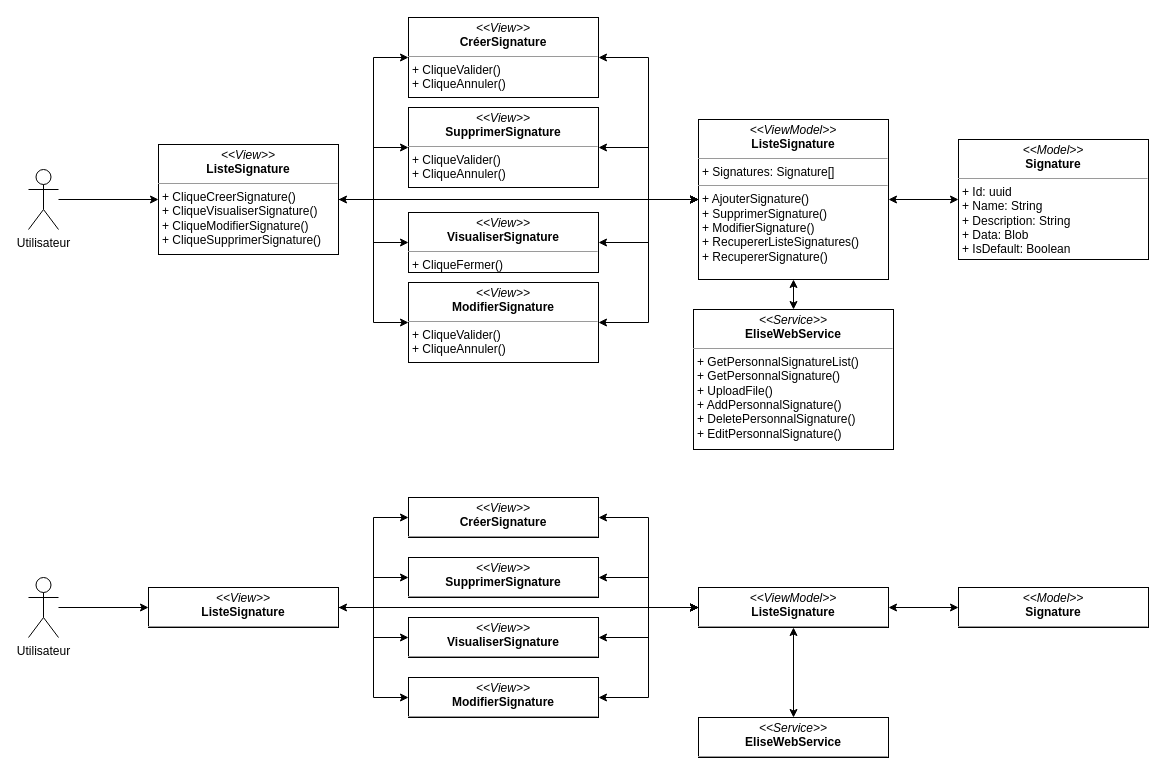
PFE-Neoledge-2023/rapport keeps this draw.io diagram as dcpSignatures.drawio. Above is the earlier version. Source tidied: cells renumbered, new cells numbered last; positions are measured from the earlier drawing's top-left corner, leaving out a move shared by most shapes. Both pictures are drawn from the tidied source at 100%, with x=0, y=0 at pixel (28, 17).
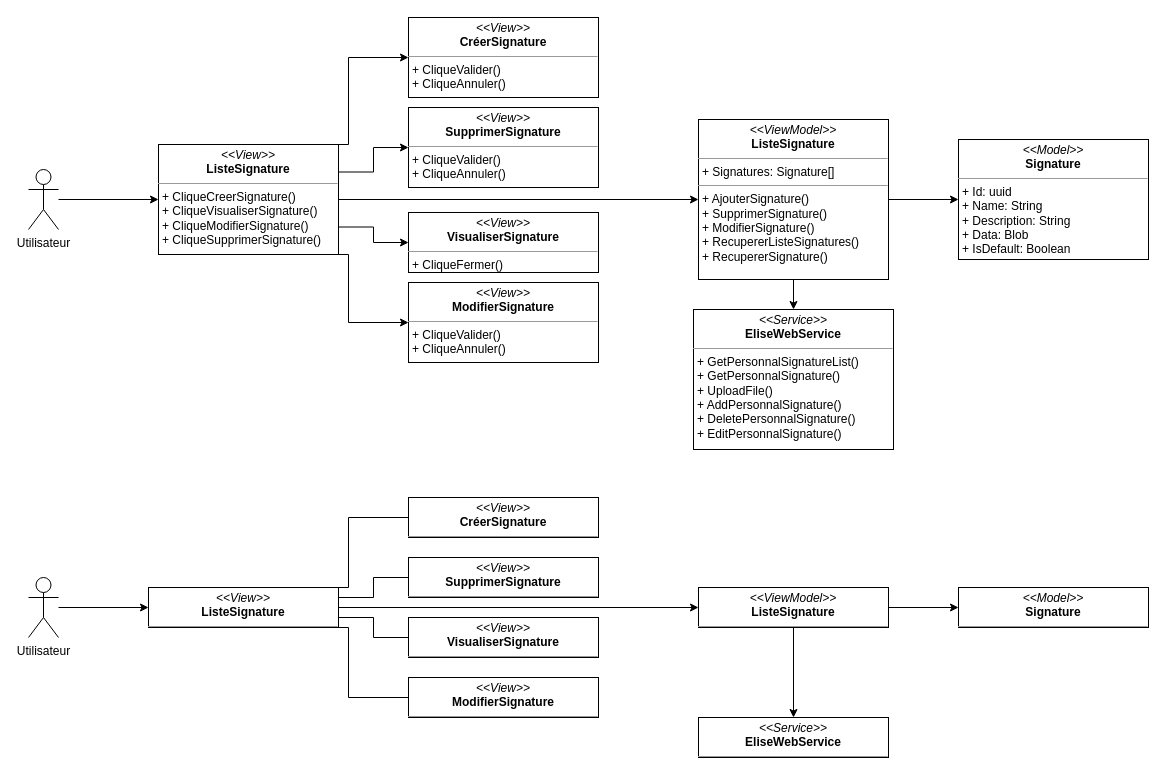
The same page after the edit.

The change refers to these unchanged cells:
```xml
<mxCell id="9" value="&lt;p style=&quot;margin:0px;margin-top:4px;text-align:center;&quot;&gt;&lt;i&gt;&amp;lt;&amp;lt;View&amp;gt;&amp;gt;&lt;/i&gt;&lt;br&gt;&lt;b&gt;ListeSignature&lt;/b&gt;&lt;/p&gt;&lt;hr style=&quot;border-color: var(--border-color);&quot; size=&quot;1&quot;&gt;&lt;p style=&quot;border-color: var(--border-color); margin: 0px 0px 0px 4px;&quot;&gt;+ CliqueCreerSignature()&lt;/p&gt;&lt;p style=&quot;border-color: var(--border-color); margin: 0px 0px 0px 4px;&quot;&gt;+ CliqueVisualiserSignature()&lt;/p&gt;&lt;p style=&quot;border-color: var(--border-color); margin: 0px 0px 0px 4px;&quot;&gt;+ CliqueModifierSignature()&lt;/p&gt;&lt;p style=&quot;border-color: var(--border-color); margin: 0px 0px 0px 4px;&quot;&gt;+ CliqueSupprimerSignature()&lt;/p&gt;" style="verticalAlign=top;align=left;overflow=fill;fontSize=12;fontFamily=Helvetica;html=1;whiteSpace=wrap;" parent="1" vertex="1">
  <mxGeometry x="130" y="127" width="180" height="110" as="geometry" />
</mxCell>
<mxCell id="11" value="&lt;p style=&quot;margin:0px;margin-top:4px;text-align:center;&quot;&gt;&lt;i&gt;&amp;lt;&amp;lt;ViewModel&amp;gt;&amp;gt;&lt;/i&gt;&lt;br&gt;&lt;b&gt;ListeSignature&lt;/b&gt;&lt;/p&gt;&lt;hr size=&quot;1&quot;&gt;&lt;p style=&quot;margin:0px;margin-left:4px;&quot;&gt;+ Signatures: Signature[]&lt;br&gt;&lt;/p&gt;&lt;hr size=&quot;1&quot;&gt;&lt;p style=&quot;margin:0px;margin-left:4px;&quot;&gt;+ AjouterSignature()&lt;/p&gt;&lt;p style=&quot;margin:0px;margin-left:4px;&quot;&gt;+ SupprimerSignature()&lt;/p&gt;&lt;p style=&quot;margin:0px;margin-left:4px;&quot;&gt;+ ModifierSignature()&lt;/p&gt;&lt;p style=&quot;margin:0px;margin-left:4px;&quot;&gt;+ RecupererListeSignatures()&lt;/p&gt;&lt;p style=&quot;margin:0px;margin-left:4px;&quot;&gt;+ RecupererSignature()&lt;/p&gt;" style="verticalAlign=top;align=left;overflow=fill;fontSize=12;fontFamily=Helvetica;html=1;whiteSpace=wrap;" parent="1" vertex="1">
  <mxGeometry x="670" y="102" width="190" height="160" as="geometry" />
</mxCell>
<mxCell id="13" value="&lt;p style=&quot;margin:0px;margin-top:4px;text-align:center;&quot;&gt;&lt;i&gt;&amp;lt;&amp;lt;View&amp;gt;&amp;gt;&lt;/i&gt;&lt;br&gt;&lt;b&gt;CréerSignature&lt;/b&gt;&lt;/p&gt;&lt;hr size=&quot;1&quot;&gt;&lt;p style=&quot;margin:0px;margin-left:4px;&quot;&gt;&lt;/p&gt;&lt;p style=&quot;margin:0px;margin-left:4px;&quot;&gt;+ CliqueValider()&lt;/p&gt;&lt;p style=&quot;margin:0px;margin-left:4px;&quot;&gt;+ CliqueAnnuler()&lt;/p&gt;" style="verticalAlign=top;align=left;overflow=fill;fontSize=12;fontFamily=Helvetica;html=1;whiteSpace=wrap;" parent="1" vertex="1">
  <mxGeometry x="380" width="190" height="80" as="geometry" />
</mxCell>
<mxCell id="15" value="&lt;p style=&quot;margin:0px;margin-top:4px;text-align:center;&quot;&gt;&lt;i&gt;&amp;lt;&amp;lt;View&amp;gt;&amp;gt;&lt;/i&gt;&lt;br&gt;&lt;b&gt;ModifierSignature&lt;/b&gt;&lt;/p&gt;&lt;hr size=&quot;1&quot;&gt;&lt;p style=&quot;margin:0px;margin-left:4px;&quot;&gt;&lt;/p&gt;&lt;p style=&quot;border-color: var(--border-color); margin: 0px 0px 0px 4px;&quot;&gt;+ CliqueValider()&lt;/p&gt;&lt;p style=&quot;border-color: var(--border-color); margin: 0px 0px 0px 4px;&quot;&gt;+ CliqueAnnuler()&lt;/p&gt;" style="verticalAlign=top;align=left;overflow=fill;fontSize=12;fontFamily=Helvetica;html=1;whiteSpace=wrap;" parent="1" vertex="1">
  <mxGeometry x="380" y="265" width="190" height="80" as="geometry" />
</mxCell>
<mxCell id="17" value="&lt;p style=&quot;margin:0px;margin-top:4px;text-align:center;&quot;&gt;&lt;i&gt;&amp;lt;&amp;lt;View&amp;gt;&amp;gt;&lt;/i&gt;&lt;br&gt;&lt;b&gt;SupprimerSignature&lt;/b&gt;&lt;/p&gt;&lt;hr size=&quot;1&quot;&gt;&lt;p style=&quot;margin:0px;margin-left:4px;&quot;&gt;&lt;/p&gt;&lt;p style=&quot;border-color: var(--border-color); margin: 0px 0px 0px 4px;&quot;&gt;+ CliqueValider()&lt;/p&gt;&lt;p style=&quot;border-color: var(--border-color); margin: 0px 0px 0px 4px;&quot;&gt;+ CliqueAnnuler()&lt;/p&gt;" style="verticalAlign=top;align=left;overflow=fill;fontSize=12;fontFamily=Helvetica;html=1;whiteSpace=wrap;" parent="1" vertex="1">
  <mxGeometry x="380" y="90" width="190" height="80" as="geometry" />
</mxCell>
<mxCell id="19" value="&lt;p style=&quot;margin:0px;margin-top:4px;text-align:center;&quot;&gt;&lt;i&gt;&amp;lt;&amp;lt;View&amp;gt;&amp;gt;&lt;/i&gt;&lt;br&gt;&lt;b&gt;VisualiserSignature&lt;/b&gt;&lt;/p&gt;&lt;hr size=&quot;1&quot;&gt;&lt;p style=&quot;margin:0px;margin-left:4px;&quot;&gt;&lt;/p&gt;&lt;p style=&quot;border-color: var(--border-color); margin: 0px 0px 0px 4px;&quot;&gt;+ CliqueFermer()&lt;/p&gt;" style="verticalAlign=top;align=left;overflow=fill;fontSize=12;fontFamily=Helvetica;html=1;whiteSpace=wrap;" parent="1" vertex="1">
  <mxGeometry x="380" y="195" width="190" height="60" as="geometry" />
</mxCell>
<mxCell id="20" value="&lt;p style=&quot;margin:0px;margin-top:4px;text-align:center;&quot;&gt;&lt;i&gt;&amp;lt;&amp;lt;Model&amp;gt;&amp;gt;&lt;/i&gt;&lt;br&gt;&lt;b&gt;Signature&lt;/b&gt;&lt;/p&gt;&lt;hr size=&quot;1&quot;&gt;&lt;p style=&quot;margin:0px;margin-left:4px;&quot;&gt;+ Id: uuid&lt;br&gt;&lt;/p&gt;&lt;p style=&quot;margin:0px;margin-left:4px;&quot;&gt;+ Name: String&lt;/p&gt;&lt;p style=&quot;margin:0px;margin-left:4px;&quot;&gt;+ Description: String&lt;/p&gt;&lt;p style=&quot;margin:0px;margin-left:4px;&quot;&gt;+ Data: Blob&lt;/p&gt;&lt;p style=&quot;margin:0px;margin-left:4px;&quot;&gt;+ IsDefault: Boolean&lt;/p&gt;" style="verticalAlign=top;align=left;overflow=fill;fontSize=12;fontFamily=Helvetica;html=1;whiteSpace=wrap;" parent="1" vertex="1">
  <mxGeometry x="930" y="122" width="190" height="120" as="geometry" />
</mxCell>
<mxCell id="22" value="&lt;p style=&quot;margin:0px;margin-top:4px;text-align:center;&quot;&gt;&lt;i&gt;&amp;lt;&amp;lt;Service&amp;gt;&amp;gt;&lt;/i&gt;&lt;br&gt;&lt;b&gt;EliseWebService&lt;/b&gt;&lt;/p&gt;&lt;hr size=&quot;1&quot;&gt;&lt;p style=&quot;margin:0px;margin-left:4px;&quot;&gt;&lt;/p&gt;&lt;p style=&quot;margin:0px;margin-left:4px;&quot;&gt;+ GetPersonnalSignatureList()&lt;/p&gt;&lt;p style=&quot;margin:0px;margin-left:4px;&quot;&gt;+ GetPersonnalSignature()&lt;/p&gt;&lt;p style=&quot;margin:0px;margin-left:4px;&quot;&gt;+ UploadFile()&lt;/p&gt;&lt;p style=&quot;margin:0px;margin-left:4px;&quot;&gt;+ AddPersonnalSignature()&lt;/p&gt;&lt;p style=&quot;margin:0px;margin-left:4px;&quot;&gt;+ DeletePersonnalSignature()&lt;/p&gt;&lt;p style=&quot;margin:0px;margin-left:4px;&quot;&gt;+ EditPersonnalSignature()&lt;br&gt;&lt;/p&gt;" style="verticalAlign=top;align=left;overflow=fill;fontSize=12;fontFamily=Helvetica;html=1;whiteSpace=wrap;" parent="1" vertex="1">
  <mxGeometry x="665" y="292" width="200" height="140" as="geometry" />
</mxCell>
<mxCell id="30" value="&lt;p style=&quot;margin:0px;margin-top:4px;text-align:center;&quot;&gt;&lt;i&gt;&amp;lt;&amp;lt;View&amp;gt;&amp;gt;&lt;/i&gt;&lt;br&gt;&lt;b&gt;ListeSignature&lt;/b&gt;&lt;/p&gt;&lt;hr size=&quot;1&quot;&gt;&lt;p style=&quot;margin:0px;margin-left:4px;&quot;&gt;&lt;/p&gt;&lt;p style=&quot;margin:0px;margin-left:4px;&quot;&gt;&lt;br&gt;&lt;/p&gt;" style="verticalAlign=top;align=left;overflow=fill;fontSize=12;fontFamily=Helvetica;html=1;whiteSpace=wrap;" parent="1" vertex="1">
  <mxGeometry x="120" y="570" width="190" height="40" as="geometry" />
</mxCell>
<mxCell id="32" value="&lt;p style=&quot;margin:0px;margin-top:4px;text-align:center;&quot;&gt;&lt;i&gt;&amp;lt;&amp;lt;ViewModel&amp;gt;&amp;gt;&lt;/i&gt;&lt;br&gt;&lt;b&gt;ListeSignature&lt;/b&gt;&lt;/p&gt;&lt;hr size=&quot;1&quot;&gt;&lt;p style=&quot;margin:0px;margin-left:4px;&quot;&gt;&lt;br&gt;&lt;/p&gt;" style="verticalAlign=top;align=left;overflow=fill;fontSize=12;fontFamily=Helvetica;html=1;whiteSpace=wrap;" parent="1" vertex="1">
  <mxGeometry x="670" y="570" width="190" height="40" as="geometry" />
</mxCell>
<mxCell id="34" value="&lt;p style=&quot;margin:0px;margin-top:4px;text-align:center;&quot;&gt;&lt;i&gt;&amp;lt;&amp;lt;View&amp;gt;&amp;gt;&lt;/i&gt;&lt;br&gt;&lt;b&gt;CréerSignature&lt;/b&gt;&lt;/p&gt;&lt;hr size=&quot;1&quot;&gt;&lt;p style=&quot;margin:0px;margin-left:4px;&quot;&gt;&lt;/p&gt;&lt;p style=&quot;margin:0px;margin-left:4px;&quot;&gt;&lt;br&gt;&lt;/p&gt;" style="verticalAlign=top;align=left;overflow=fill;fontSize=12;fontFamily=Helvetica;html=1;whiteSpace=wrap;" parent="1" vertex="1">
  <mxGeometry x="380" y="480" width="190" height="40" as="geometry" />
</mxCell>
<mxCell id="36" value="&lt;p style=&quot;margin:0px;margin-top:4px;text-align:center;&quot;&gt;&lt;i&gt;&amp;lt;&amp;lt;View&amp;gt;&amp;gt;&lt;/i&gt;&lt;br&gt;&lt;b&gt;ModifierSignature&lt;/b&gt;&lt;/p&gt;&lt;hr size=&quot;1&quot;&gt;&lt;p style=&quot;margin:0px;margin-left:4px;&quot;&gt;&lt;/p&gt;&lt;p style=&quot;margin:0px;margin-left:4px;&quot;&gt;&lt;br&gt;&lt;/p&gt;" style="verticalAlign=top;align=left;overflow=fill;fontSize=12;fontFamily=Helvetica;html=1;whiteSpace=wrap;" parent="1" vertex="1">
  <mxGeometry x="380" y="660" width="190" height="40" as="geometry" />
</mxCell>
<mxCell id="38" value="&lt;p style=&quot;margin:0px;margin-top:4px;text-align:center;&quot;&gt;&lt;i&gt;&amp;lt;&amp;lt;View&amp;gt;&amp;gt;&lt;/i&gt;&lt;br&gt;&lt;b&gt;SupprimerSignature&lt;/b&gt;&lt;/p&gt;&lt;hr size=&quot;1&quot;&gt;&lt;p style=&quot;margin:0px;margin-left:4px;&quot;&gt;&lt;/p&gt;&lt;p style=&quot;margin:0px;margin-left:4px;&quot;&gt;&lt;br&gt;&lt;/p&gt;" style="verticalAlign=top;align=left;overflow=fill;fontSize=12;fontFamily=Helvetica;html=1;whiteSpace=wrap;" parent="1" vertex="1">
  <mxGeometry x="380" y="540" width="190" height="40" as="geometry" />
</mxCell>
<mxCell id="40" value="&lt;p style=&quot;margin:0px;margin-top:4px;text-align:center;&quot;&gt;&lt;i&gt;&amp;lt;&amp;lt;View&amp;gt;&amp;gt;&lt;/i&gt;&lt;br&gt;&lt;b&gt;VisualiserSignature&lt;/b&gt;&lt;/p&gt;&lt;hr size=&quot;1&quot;&gt;&lt;p style=&quot;margin:0px;margin-left:4px;&quot;&gt;&lt;/p&gt;&lt;p style=&quot;margin:0px;margin-left:4px;&quot;&gt;&lt;br&gt;&lt;/p&gt;" style="verticalAlign=top;align=left;overflow=fill;fontSize=12;fontFamily=Helvetica;html=1;whiteSpace=wrap;" parent="1" vertex="1">
  <mxGeometry x="380" y="600" width="190" height="40" as="geometry" />
</mxCell>
<mxCell id="41" value="&lt;p style=&quot;margin:0px;margin-top:4px;text-align:center;&quot;&gt;&lt;i&gt;&amp;lt;&amp;lt;Model&amp;gt;&amp;gt;&lt;/i&gt;&lt;br&gt;&lt;b&gt;Signature&lt;/b&gt;&lt;/p&gt;&lt;hr size=&quot;1&quot;&gt;&lt;p style=&quot;margin:0px;margin-left:4px;&quot;&gt;&lt;br&gt;&lt;/p&gt;" style="verticalAlign=top;align=left;overflow=fill;fontSize=12;fontFamily=Helvetica;html=1;whiteSpace=wrap;" parent="1" vertex="1">
  <mxGeometry x="930" y="570" width="190" height="40" as="geometry" />
</mxCell>
<mxCell id="43" value="&lt;p style=&quot;margin:0px;margin-top:4px;text-align:center;&quot;&gt;&lt;i&gt;&amp;lt;&amp;lt;Service&amp;gt;&amp;gt;&lt;/i&gt;&lt;br&gt;&lt;b&gt;EliseWebService&lt;/b&gt;&lt;/p&gt;&lt;hr size=&quot;1&quot;&gt;&lt;p style=&quot;margin:0px;margin-left:4px;&quot;&gt;&lt;/p&gt;&lt;p style=&quot;margin:0px;margin-left:4px;&quot;&gt;&lt;br&gt;&lt;/p&gt;" style="verticalAlign=top;align=left;overflow=fill;fontSize=12;fontFamily=Helvetica;html=1;whiteSpace=wrap;" parent="1" vertex="1">
  <mxGeometry x="670" y="700" width="190" height="40" as="geometry" />
</mxCell>
```

Change to the diagram source:
```diff
@@
+    <mxCell id="8" style="edgeStyle=orthogonalEdgeStyle;rounded=0;jettySize=auto;html=1;entryX=0;entryY=0.5;entryDx=0;entryDy=0;startArrow=none;startFill=0;" parent="1" edge="1" source="9" target="11">
+      <mxGeometry relative="1" as="geometry" />
+    </mxCell>
+    <mxCell id="5" style="edgeStyle=orthogonalEdgeStyle;html=1;exitX=1;exitY=0.25;exitDx=0;exitDy=0;entryX=0;entryY=0.5;entryDx=0;entryDy=0;startArrow=none;startFill=0;endArrow=classic;endFill=1;rounded=0;" parent="1" edge="1" source="9" target="17">
+      <mxGeometry relative="1" as="geometry" />
+    </mxCell>
-    <mxCell id="4" style="edgeStyle=orthogonalEdgeStyle;rounded=0;jettySize=auto;html=1;entryX=0;entryY=0.5;entryDx=0;entryDy=0;" parent="1" edge="1" source="9" target="13">
-      <mxGeometry relative="1" as="geometry" />
+    <mxCell id="4" style="edgeStyle=orthogonalEdgeStyle;rounded=0;html=1;exitX=1;exitY=0;exitDx=0;exitDy=0;entryX=0;entryY=0.5;entryDx=0;entryDy=0;startArrow=none;startFill=0;endArrow=classic;endFill=1;" parent="1" edge="1" source="9" target="13">
+      <mxGeometry relative="1" as="geometry">
+        <Array as="points">
+          <mxPoint x="320" y="127" />
+          <mxPoint x="320" y="40" />
+        </Array>
+      </mxGeometry>
     </mxCell>
-    <mxCell id="5" style="edgeStyle=orthogonalEdgeStyle;rounded=0;jettySize=auto;html=1;entryX=0;entryY=0.5;entryDx=0;entryDy=0;" parent="1" edge="1" source="9" target="17">
-      <mxGeometry relative="1" as="geometry" />
-    </mxCell>
-    <mxCell id="6" style="edgeStyle=orthogonalEdgeStyle;rounded=0;jettySize=auto;html=1;entryX=0;entryY=0.5;entryDx=0;entryDy=0;" parent="1" edge="1" source="9" target="19">
+    <mxCell id="6" style="edgeStyle=orthogonalEdgeStyle;rounded=0;html=1;exitX=1;exitY=0.75;exitDx=0;exitDy=0;entryX=0;entryY=0.5;entryDx=0;entryDy=0;startArrow=none;startFill=0;endArrow=classic;endFill=1;" parent="1" edge="1" source="9" target="19">
       <mxGeometry relative="1" as="geometry" />
     </mxCell>
-    <mxCell id="7" style="edgeStyle=orthogonalEdgeStyle;rounded=0;jettySize=auto;html=1;entryX=0;entryY=0.5;entryDx=0;entryDy=0;" parent="1" edge="1" source="9" target="15">
-      <mxGeometry relative="1" as="geometry" />
+    <mxCell id="7" style="edgeStyle=orthogonalEdgeStyle;rounded=0;html=1;exitX=1;exitY=1;exitDx=0;exitDy=0;entryX=0;entryY=0.5;entryDx=0;entryDy=0;startArrow=none;startFill=0;endArrow=classic;endFill=1;" parent="1" edge="1" source="9" target="15">
+      <mxGeometry relative="1" as="geometry">
+        <Array as="points">
+          <mxPoint x="320" y="237" />
+          <mxPoint x="320" y="305" />
+        </Array>
+      </mxGeometry>
     </mxCell>
-    <mxCell id="8" style="edgeStyle=orthogonalEdgeStyle;rounded=0;jettySize=auto;html=1;entryX=0;entryY=0.5;entryDx=0;entryDy=0;startArrow=classic;startFill=1;" parent="1" edge="1" source="9" target="11">
-      <mxGeometry relative="1" as="geometry" />
-    </mxCell>
@@
-    <mxCell id="10" style="edgeStyle=orthogonalEdgeStyle;rounded=0;jettySize=auto;html=1;startArrow=classic;startFill=1;" parent="1" edge="1" source="11" target="20">
+    <mxCell id="10" style="edgeStyle=orthogonalEdgeStyle;rounded=0;jettySize=auto;html=1;startArrow=none;startFill=0;" parent="1" edge="1" source="11" target="20">
       <mxGeometry relative="1" as="geometry" />
     </mxCell>
@@
-    <mxCell id="12" style="edgeStyle=orthogonalEdgeStyle;rounded=0;jettySize=auto;html=1;entryX=0;entryY=0.5;entryDx=0;entryDy=0;startArrow=classic;startFill=1;" parent="1" edge="1" source="13" target="11">
-      <mxGeometry relative="1" as="geometry" />
-    </mxCell>
@@
-    <mxCell id="14" style="edgeStyle=orthogonalEdgeStyle;rounded=0;jettySize=auto;html=1;entryX=0;entryY=0.5;entryDx=0;entryDy=0;startArrow=classic;startFill=1;" parent="1" edge="1" source="15" target="11">
-      <mxGeometry relative="1" as="geometry" />
-    </mxCell>
@@
-    <mxCell id="16" style="edgeStyle=orthogonalEdgeStyle;rounded=0;jettySize=auto;html=1;entryX=0;entryY=0.5;entryDx=0;entryDy=0;startArrow=classic;startFill=1;" parent="1" edge="1" source="17" target="11">
-      <mxGeometry relative="1" as="geometry" />
-    </mxCell>
@@
-    <mxCell id="18" style="edgeStyle=orthogonalEdgeStyle;rounded=0;jettySize=auto;html=1;entryX=0;entryY=0.5;entryDx=0;entryDy=0;startArrow=classic;startFill=1;" parent="1" edge="1" source="19" target="11">
-      <mxGeometry relative="1" as="geometry" />
-    </mxCell>
@@
-    <mxCell id="21" style="edgeStyle=orthogonalEdgeStyle;rounded=0;jettySize=auto;html=1;entryX=0.5;entryY=1;entryDx=0;entryDy=0;startArrow=classic;startFill=1;" parent="1" edge="1" source="22" target="11">
+    <mxCell id="21" style="edgeStyle=orthogonalEdgeStyle;rounded=0;jettySize=auto;html=1;entryX=0.5;entryY=1;entryDx=0;entryDy=0;startArrow=classic;startFill=1;endArrow=none;endFill=0;" parent="1" edge="1" source="22" target="11">
       <mxGeometry relative="1" as="geometry" />
     </mxCell>
@@
+    <mxCell id="29" style="edgeStyle=orthogonalEdgeStyle;rounded=0;jettySize=auto;html=1;entryX=0;entryY=0.5;entryDx=0;entryDy=0;startArrow=none;startFill=0;" parent="1" edge="1" source="30" target="32">
+      <mxGeometry relative="1" as="geometry" />
+    </mxCell>
-    <mxCell id="25" style="edgeStyle=orthogonalEdgeStyle;rounded=0;jettySize=auto;html=1;entryX=0;entryY=0.5;entryDx=0;entryDy=0;" parent="1" edge="1" source="30" target="34">
-      <mxGeometry relative="1" as="geometry" />
+    <mxCell id="25" style="edgeStyle=orthogonalEdgeStyle;rounded=0;html=1;exitX=1;exitY=0;exitDx=0;exitDy=0;entryX=0;entryY=0.5;entryDx=0;entryDy=0;startArrow=none;startFill=0;endArrow=none;endFill=0;" parent="1" edge="1" source="30" target="34">
+      <mxGeometry relative="1" as="geometry">
+        <Array as="points">
+          <mxPoint x="320" y="570" />
+          <mxPoint x="320" y="500" />
+        </Array>
+      </mxGeometry>
     </mxCell>
-    <mxCell id="26" style="edgeStyle=orthogonalEdgeStyle;rounded=0;jettySize=auto;html=1;entryX=0;entryY=0.5;entryDx=0;entryDy=0;" parent="1" edge="1" source="30" target="38">
+    <mxCell id="26" style="edgeStyle=orthogonalEdgeStyle;rounded=0;html=1;exitX=1;exitY=0.25;exitDx=0;exitDy=0;entryX=0;entryY=0.5;entryDx=0;entryDy=0;startArrow=none;startFill=0;endArrow=none;endFill=0;" parent="1" edge="1" source="30" target="38">
       <mxGeometry relative="1" as="geometry" />
     </mxCell>
-    <mxCell id="27" style="edgeStyle=orthogonalEdgeStyle;rounded=0;jettySize=auto;html=1;entryX=0;entryY=0.5;entryDx=0;entryDy=0;" parent="1" edge="1" source="30" target="40">
+    <mxCell id="27" style="edgeStyle=orthogonalEdgeStyle;rounded=0;html=1;exitX=1;exitY=0.75;exitDx=0;exitDy=0;entryX=0;entryY=0.5;entryDx=0;entryDy=0;startArrow=none;startFill=0;endArrow=none;endFill=0;" parent="1" edge="1" source="30" target="40">
       <mxGeometry relative="1" as="geometry" />
     </mxCell>
-    <mxCell id="28" style="edgeStyle=orthogonalEdgeStyle;rounded=0;jettySize=auto;html=1;entryX=0;entryY=0.5;entryDx=0;entryDy=0;" parent="1" edge="1" source="30" target="36">
-      <mxGeometry relative="1" as="geometry" />
+    <mxCell id="28" style="edgeStyle=orthogonalEdgeStyle;rounded=0;html=1;exitX=1;exitY=1;exitDx=0;exitDy=0;entryX=0;entryY=0.5;entryDx=0;entryDy=0;startArrow=none;startFill=0;endArrow=none;endFill=0;" parent="1" edge="1" source="30" target="36">
+      <mxGeometry relative="1" as="geometry">
+        <Array as="points">
+          <mxPoint x="320" y="610" />
+          <mxPoint x="320" y="680" />
+        </Array>
+      </mxGeometry>
     </mxCell>
-    <mxCell id="29" style="edgeStyle=orthogonalEdgeStyle;rounded=0;jettySize=auto;html=1;entryX=0;entryY=0.5;entryDx=0;entryDy=0;startArrow=classic;startFill=1;" parent="1" edge="1" source="30" target="32">
-      <mxGeometry relative="1" as="geometry" />
-    </mxCell>
@@
-    <mxCell id="31" style="edgeStyle=orthogonalEdgeStyle;rounded=0;jettySize=auto;html=1;startArrow=classic;startFill=1;" parent="1" edge="1" source="32" target="41">
+    <mxCell id="31" style="edgeStyle=orthogonalEdgeStyle;rounded=0;jettySize=auto;html=1;startArrow=none;startFill=0;" parent="1" edge="1" source="32" target="41">
       <mxGeometry relative="1" as="geometry" />
     </mxCell>
@@
-    <mxCell id="33" style="edgeStyle=orthogonalEdgeStyle;rounded=0;jettySize=auto;html=1;entryX=0;entryY=0.5;entryDx=0;entryDy=0;startArrow=classic;startFill=1;" parent="1" edge="1" source="34" target="32">
-      <mxGeometry relative="1" as="geometry" />
-    </mxCell>
@@
-    <mxCell id="35" style="edgeStyle=orthogonalEdgeStyle;rounded=0;jettySize=auto;html=1;entryX=0;entryY=0.5;entryDx=0;entryDy=0;startArrow=classic;startFill=1;" parent="1" edge="1" source="36" target="32">
-      <mxGeometry relative="1" as="geometry" />
-    </mxCell>
@@
-    <mxCell id="37" style="edgeStyle=orthogonalEdgeStyle;rounded=0;jettySize=auto;html=1;entryX=0;entryY=0.5;entryDx=0;entryDy=0;startArrow=classic;startFill=1;" parent="1" edge="1" source="38" target="32">
-      <mxGeometry relative="1" as="geometry" />
-    </mxCell>
@@
-    <mxCell id="39" style="edgeStyle=orthogonalEdgeStyle;rounded=0;jettySize=auto;html=1;entryX=0;entryY=0.5;entryDx=0;entryDy=0;startArrow=classic;startFill=1;" parent="1" edge="1" source="40" target="32">
-      <mxGeometry relative="1" as="geometry" />
-    </mxCell>
@@
-    <mxCell id="42" style="edgeStyle=orthogonalEdgeStyle;rounded=0;jettySize=auto;html=1;entryX=0.5;entryY=1;entryDx=0;entryDy=0;startArrow=classic;startFill=1;" parent="1" edge="1" source="43" target="32">
+    <mxCell id="42" style="edgeStyle=orthogonalEdgeStyle;rounded=0;jettySize=auto;html=1;entryX=0.5;entryY=1;entryDx=0;entryDy=0;startArrow=classic;startFill=1;endArrow=none;endFill=0;" parent="1" edge="1" source="43" target="32">
       <mxGeometry relative="1" as="geometry" />
     </mxCell>
```
